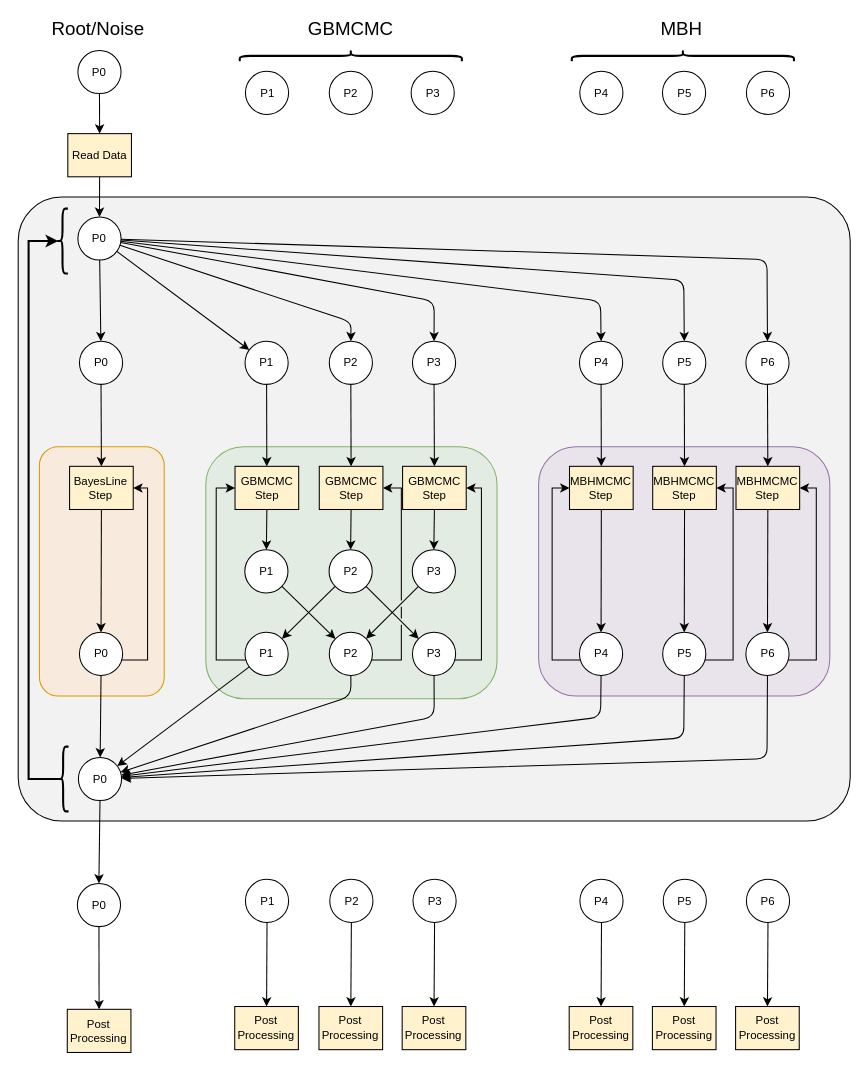
Earlier version of the draw.io diagram GlobalFit.drawio (tlittenberg/ldasoft). Source tidied: cells renumbered, new cells numbered last; positions are measured from the earlier drawing's top-left corner, leaving out a move shared by most shapes. Both pictures are drawn from the tidied source at 104%, with x=0, y=0 at pixel (18, 19).
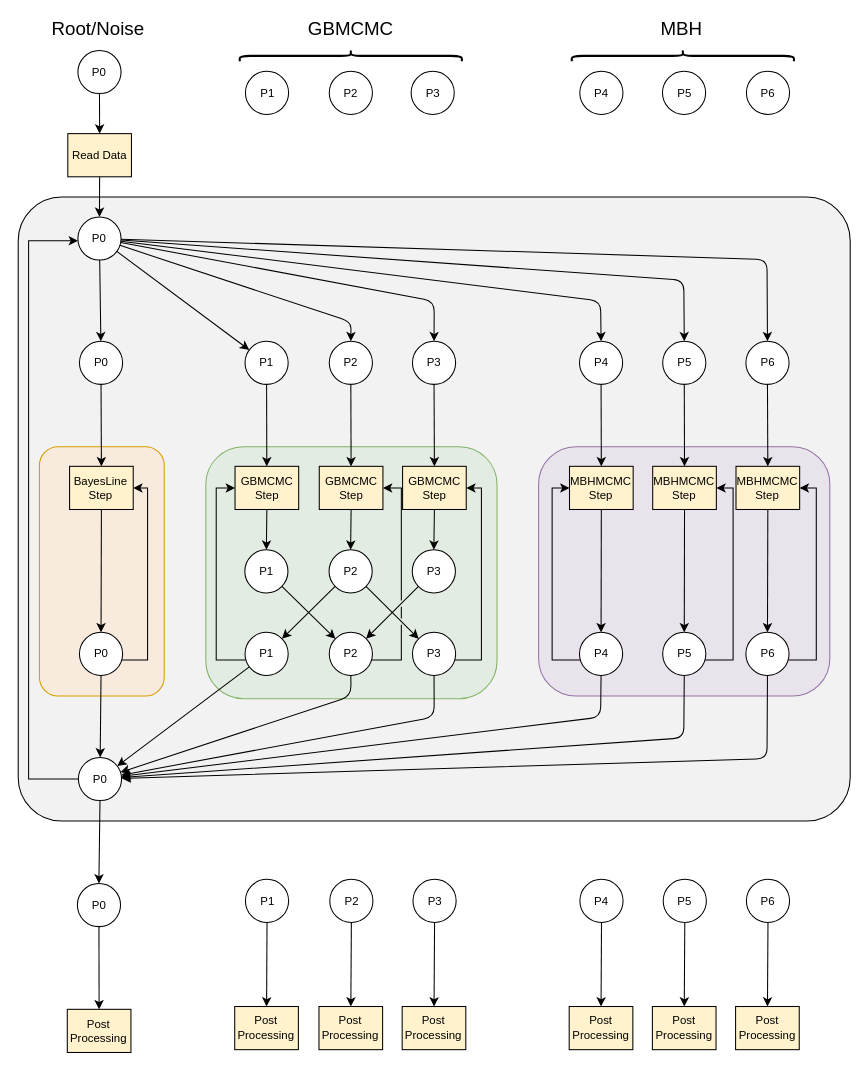
The same page after the edit.

Unchanged cells that the change refers to:
```xml
<mxCell id="5" value="P0" style="ellipse;whiteSpace=wrap;html=1;fontSize=11;" parent="1" vertex="1">
  <mxGeometry x="57.4" y="190.1" width="41.5" height="41.5" as="geometry" />
</mxCell>
<mxCell id="23" value="P0" style="ellipse;whiteSpace=wrap;html=1;fontSize=11;" parent="1" vertex="1">
  <mxGeometry x="57.9" y="709.8" width="41.5" height="41.5" as="geometry" />
</mxCell>
```

What changed in the source:
```diff
@@
-    <mxCell id="87" style="shape=curlyBracket;whiteSpace=wrap;html=1;rounded=1;strokeColor=#000000;fillColor=#E6E6E6;strokeWidth=2;fontSize=11;" parent="1" vertex="1">
-      <mxGeometry x="38" y="699.4" width="10.4" height="62.3" as="geometry" />
-    </mxCell>
-    <mxCell id="88" style="shape=curlyBracket;whiteSpace=wrap;html=1;rounded=1;strokeColor=#000000;fillColor=#E6E6E6;strokeWidth=2;fontSize=11;" parent="1" vertex="1">
-      <mxGeometry x="37.4" y="182.1" width="10.4" height="62.3" as="geometry" />
-    </mxCell>
-    <mxCell id="89" style="edgeStyle=orthogonalEdgeStyle;rounded=0;jumpStyle=gap;jettySize=auto;html=1;entryX=0.1;entryY=0.5;entryDx=0;entryDy=0;entryPerimeter=0;strokeWidth=2;fontSize=11;exitX=0.1;exitY=0.5;exitDx=0;exitDy=0;exitPerimeter=0;" parent="1" edge="1" source="87" target="88">
+    <mxCell id="89" style="edgeStyle=orthogonalEdgeStyle;rounded=0;jumpStyle=gap;jettySize=auto;html=1;strokeWidth=1;fontSize=11;jumpSize=5;" parent="1" edge="1" source="23" target="5">
       <mxGeometry x="-1157" y="-1021" as="geometry">
         <Array as="points">
           <mxPoint x="10" y="731" />
           <mxPoint x="10" y="213" />
         </Array>
       </mxGeometry>
     </mxCell>
```
